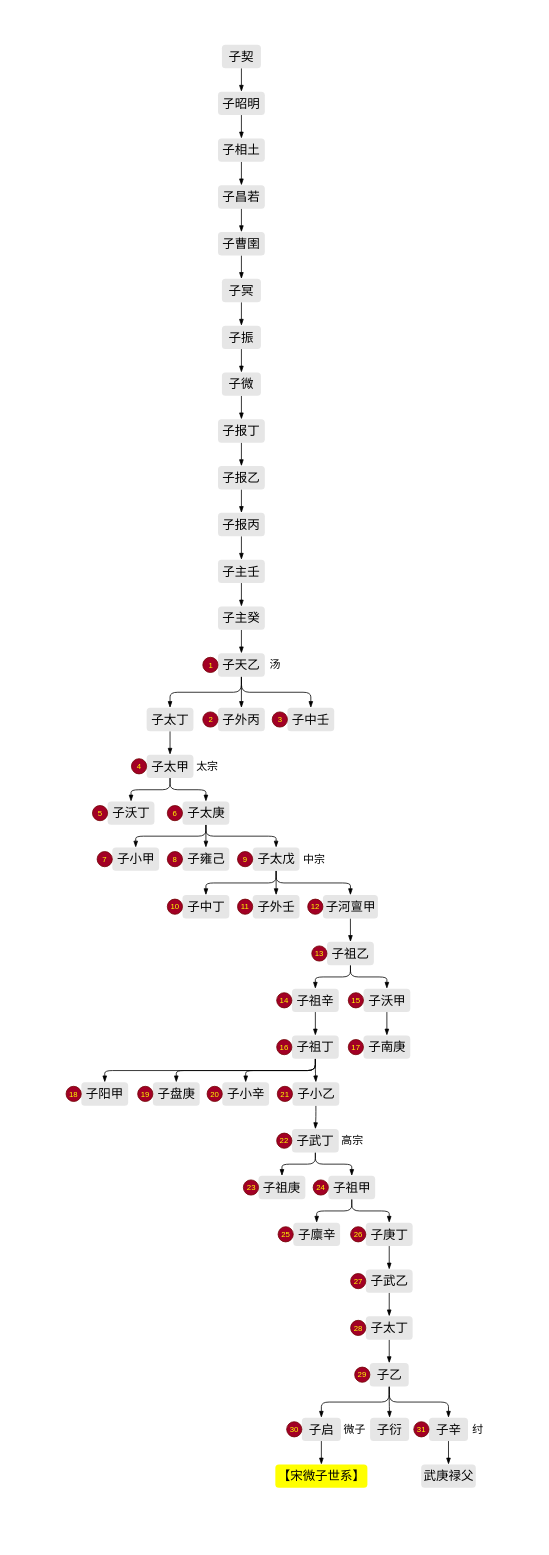
Earlier version of the draw.io diagram drawio/世系/商世系.drawio (zhehaoxu/historio). Source tidied: cells renumbered, new cells numbered last; positions are measured from the earlier drawing's top-left corner, leaving out a move shared by most shapes. Both pictures are drawn from the tidied source at 78%, with x=0, y=0 at pixel (13, 13).
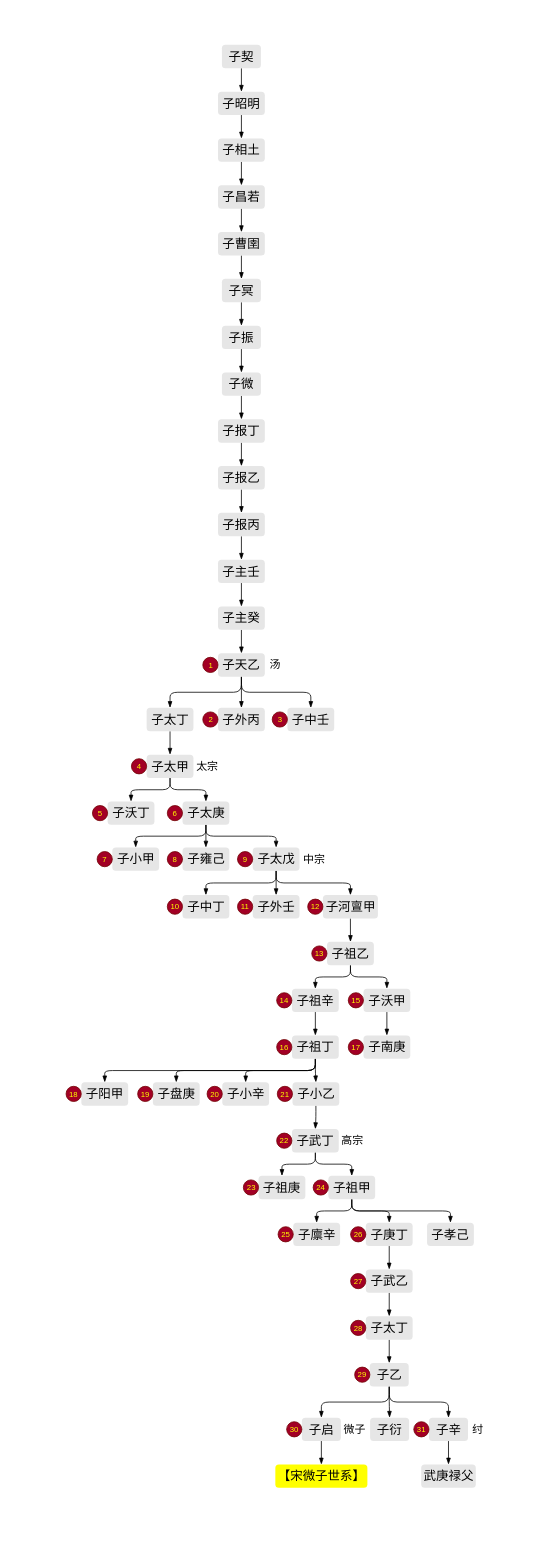
The same page after the edit.

Unchanged cells that the change refers to:
```xml
<mxCell id="2" style="rounded=0;whiteSpace=wrap;html=1;fillColor=#FFFFFF;strokeColor=none;" parent="1" vertex="1">
  <mxGeometry width="670" height="1960" as="geometry" />
</mxCell>
<mxCell id="118" value="&lt;div style=&quot;font-size: 16px&quot;&gt;&lt;div style=&quot;font-size: 16px&quot;&gt;&lt;div style=&quot;font-size: 16px&quot;&gt;&lt;div style=&quot;font-size: 16px&quot;&gt;&lt;div style=&quot;font-size: 16px&quot;&gt;子祖甲&lt;br&gt;&lt;/div&gt;&lt;/div&gt;&lt;/div&gt;&lt;/div&gt;&lt;div style=&quot;font-size: 16px&quot;&gt;&lt;/div&gt;&lt;/div&gt;" style="rounded=1;whiteSpace=wrap;html=1;fillColor=#E6E6E6;fontColor=#000000;fontSize=16;strokeColor=none;strokeWidth=2;" parent="2" vertex="1">
  <mxGeometry x="403.5" y="1490" width="60" height="30" as="geometry" />
</mxCell>
```

Change to the diagram source:
```diff
@@
+    <mxCell id="147" style="edgeStyle=orthogonalEdgeStyle;shape=connector;rounded=1;html=1;exitX=0.5;exitY=1;exitDx=0;exitDy=0;entryX=0.5;entryY=0;entryDx=0;entryDy=0;labelBackgroundColor=default;fontFamily=Helvetica;fontSize=16;fontColor=#000000;endArrow=blockThin;endFill=1;strokeColor=#000000;strokeWidth=1;" parent="2" edge="1" source="118" target="148">
+      <mxGeometry relative="1" as="geometry" />
+    </mxCell>
@@
+    <mxCell id="148" value="&lt;div style=&quot;font-size: 16px&quot;&gt;&lt;div style=&quot;font-size: 16px&quot;&gt;&lt;div style=&quot;font-size: 16px&quot;&gt;&lt;div style=&quot;font-size: 16px&quot;&gt;&lt;div style=&quot;font-size: 16px&quot;&gt;子孝己&lt;br&gt;&lt;/div&gt;&lt;/div&gt;&lt;/div&gt;&lt;/div&gt;&lt;div style=&quot;font-size: 16px&quot;&gt;&lt;/div&gt;&lt;/div&gt;" style="rounded=1;whiteSpace=wrap;html=1;fillColor=#E6E6E6;fontColor=#000000;fontSize=16;strokeColor=none;strokeWidth=2;" parent="2" vertex="1">
+      <mxGeometry x="530" y="1550" width="60" height="30" as="geometry" />
+    </mxCell>
```
